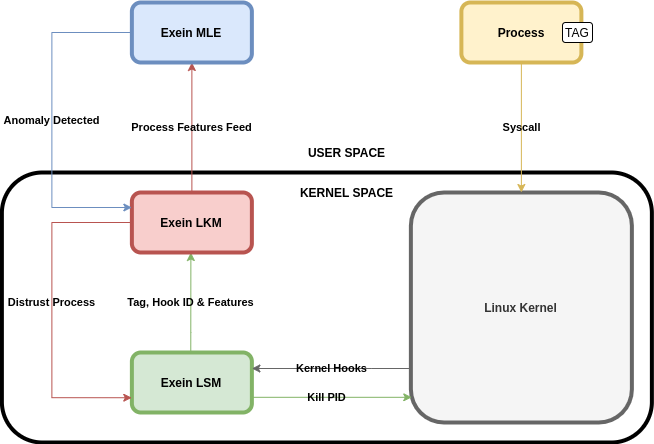
This is linux-4.14.162/docs/GeneralDiagram.png from benseshi/exein, a draw.io export, as it was before one commit. Source tidied: cells renumbered, new cells last; positions are measured from the earlier drawing's top-left corner, leaving out a move shared by most shapes.
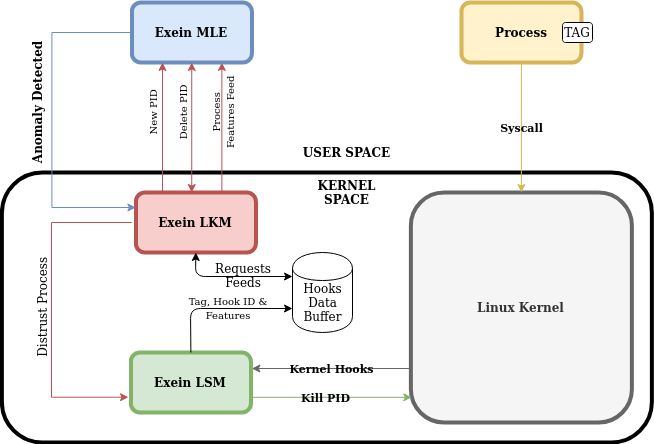
Later version of the same file.

Diff of the diagram source:
```diff
@@ -5,34 +5,26 @@
     <mxCell id="2" style="rounded=1;whiteSpace=wrap;html=1;strokeWidth=4;fontStyle=1;" parent="1" vertex="1">
       <mxGeometry x="0.4" y="170" width="650" height="270" as="geometry" />
     </mxCell>
-    <mxCell id="3" value="Tag, Hook ID &amp;amp; Features" style="edgeStyle=orthogonalEdgeStyle;rounded=0;orthogonalLoop=1;jettySize=auto;html=1;entryX=0.5;entryY=1;entryDx=0;entryDy=0;fillColor=#d5e8d4;strokeColor=#82b366;fontStyle=1;labelBackgroundColor=none;" parent="1" edge="1">
-      <mxGeometry relative="1" as="geometry">
-        <mxPoint x="189.3" y="350" as="sourcePoint" />
-        <mxPoint x="189.4" y="250" as="targetPoint" />
-        <Array as="points">
-          <mxPoint x="189.4" y="330" />
-          <mxPoint x="189.4" y="330" />
-        </Array>
-      </mxGeometry>
-    </mxCell>
     <mxCell id="4" value="Exein LSM" style="rounded=1;whiteSpace=wrap;html=1;strokeWidth=4;fillColor=#d5e8d4;strokeColor=#82b366;fontStyle=1;" parent="1" vertex="1">
-      <mxGeometry x="130.4" y="350" width="120" height="60" as="geometry" />
+      <mxGeometry x="129.4" y="350" width="120" height="60" as="geometry" />
     </mxCell>
-    <mxCell id="5" value="Process Features Feed" style="edgeStyle=orthogonalEdgeStyle;rounded=0;jettySize=auto;html=1;entryX=0.5;entryY=1;entryDx=0;entryDy=0;fillColor=#f8cecc;strokeColor=#b85450;fontStyle=1;labelBackgroundColor=none;" parent="1" edge="1" source="7" target="14">
-      <mxGeometry relative="1" as="geometry" />
+    <mxCell id="5" value="&lt;div&gt;&lt;br&gt;&lt;/div&gt;&lt;div&gt;&lt;br&gt;&lt;/div&gt;" style="edgeStyle=orthogonalEdgeStyle;rounded=0;orthogonalLoop=1;jettySize=auto;html=1;entryX=0.75;entryY=1;entryDx=0;entryDy=0;fillColor=#f8cecc;strokeColor=#b85450;fontStyle=1;labelBackgroundColor=none;exitX=0.75;exitY=0;exitDx=0;exitDy=0;" parent="1" edge="1">
+      <mxGeometry x="0.23" y="-101" relative="1" as="geometry">
+        <mxPoint x="220.4" y="190" as="sourcePoint" />
+        <mxPoint x="220.4" y="60" as="targetPoint" />
+      </mxGeometry>
     </mxCell>
-    <mxCell id="6" value="Distrust Process" style="edgeStyle=orthogonalEdgeStyle;rounded=0;orthogonalLoop=1;jettySize=auto;html=1;startArrow=none;startFill=0;endArrow=classic;endFill=1;exitX=0;exitY=0.5;exitDx=0;exitDy=0;entryX=0;entryY=0.75;entryDx=0;entryDy=0;fillColor=#f8cecc;strokeColor=#b85450;fontStyle=1;labelBackgroundColor=none;" parent="1" edge="1">
+    <mxCell id="6" style="edgeStyle=orthogonalEdgeStyle;rounded=0;jettySize=auto;html=1;startArrow=none;startFill=0;endArrow=classic;endFill=1;exitX=0;exitY=0.5;exitDx=0;exitDy=0;entryX=-0.02;entryY=0.745;entryDx=0;entryDy=0;fillColor=#f8cecc;strokeColor=#b85450;fontStyle=1;labelBackgroundColor=none;entryPerimeter=0;" parent="1" edge="1" target="4">
       <mxGeometry x="-0.05" relative="1" as="geometry">
         <mxPoint x="130.3" y="220" as="sourcePoint" />
-        <mxPoint x="130.3" y="395.2" as="targetPoint" />
         <Array as="points">
-          <mxPoint x="50.4" y="220" />
-          <mxPoint x="50.4" y="395" />
+          <mxPoint x="50" y="220" />
+          <mxPoint x="50" y="395" />
         </Array>
       </mxGeometry>
     </mxCell>
     <mxCell id="7" value="Exein LKM" style="rounded=1;whiteSpace=wrap;html=1;strokeWidth=4;fillColor=#f8cecc;strokeColor=#b85450;fontStyle=1;" parent="1" vertex="1">
-      <mxGeometry x="130.4" y="190" width="120" height="60" as="geometry" />
+      <mxGeometry x="134.4" y="190" width="120" height="60" as="geometry" />
     </mxCell>
     <mxCell id="8" value="Kernel Hooks" style="edgeStyle=orthogonalEdgeStyle;rounded=0;orthogonalLoop=1;jettySize=auto;html=1;entryX=1;entryY=0.5;entryDx=0;entryDy=0;fillColor=#f5f5f5;strokeColor=#666666;fontStyle=1;labelBackgroundColor=none;" parent="1" edge="1">
       <mxGeometry relative="1" as="geometry">
@@ -62,7 +54,7 @@
         </Array>
       </mxGeometry>
     </mxCell>
-    <mxCell id="13" value="Anomaly Detected" style="edgeStyle=orthogonalEdgeStyle;rounded=0;jettySize=auto;html=1;entryX=0;entryY=0.25;entryDx=0;entryDy=0;startArrow=none;startFill=0;endArrow=classic;endFill=1;exitX=0;exitY=0.5;exitDx=0;exitDy=0;fillColor=#dae8fc;strokeColor=#6c8ebf;fontStyle=1;labelBackgroundColor=none;" parent="1" edge="1" source="14" target="7">
+    <mxCell id="13" style="edgeStyle=orthogonalEdgeStyle;rounded=0;jettySize=auto;html=1;entryX=0;entryY=0.25;entryDx=0;entryDy=0;startArrow=none;startFill=0;endArrow=classic;endFill=1;exitX=0;exitY=0.5;exitDx=0;exitDy=0;fillColor=#dae8fc;strokeColor=#6c8ebf;fontStyle=1;labelBackgroundColor=none;" parent="1" edge="1" source="14" target="7">
       <mxGeometry relative="1" as="geometry">
         <Array as="points">
           <mxPoint x="50.4" y="30" />
@@ -82,5 +74,58 @@
     <mxCell id="17" value="TAG" style="rounded=1;whiteSpace=wrap;html=1;strokeWidth=1;" parent="1" vertex="1">
       <mxGeometry x="561" y="20" width="30" height="20" as="geometry" />
     </mxCell>
+    <mxCell id="18" value="&lt;div&gt;&lt;font style=&quot;font-size: 10px&quot;&gt;Process &lt;br&gt;&lt;/font&gt;&lt;/div&gt;&lt;div&gt;&lt;font style=&quot;font-size: 10px&quot;&gt;Features Feed&lt;/font&gt;&lt;/div&gt;" style="text;html=1;strokeColor=none;fillColor=none;align=center;verticalAlign=middle;whiteSpace=wrap;rounded=0;rotation=-90;" parent="1" vertex="1">
+      <mxGeometry x="181" y="100" width="79.7" height="20" as="geometry" />
+    </mxCell>
+    <mxCell id="19" value="&lt;div&gt;&lt;br&gt;&lt;/div&gt;&lt;div&gt;&lt;br&gt;&lt;/div&gt;" style="edgeStyle=orthogonalEdgeStyle;rounded=0;orthogonalLoop=1;jettySize=auto;html=1;entryX=0.5;entryY=1;entryDx=0;entryDy=0;fillColor=#f8cecc;strokeColor=#b85450;fontStyle=1;labelBackgroundColor=none;" parent="1" edge="1">
+      <mxGeometry x="0.23" y="-101" relative="1" as="geometry">
+        <mxPoint x="161" y="190" as="sourcePoint" />
+        <mxPoint x="161" y="60" as="targetPoint" />
+      </mxGeometry>
+    </mxCell>
+    <mxCell id="20" value="&lt;div&gt;&lt;br&gt;&lt;/div&gt;&lt;div&gt;&lt;br&gt;&lt;/div&gt;" style="edgeStyle=orthogonalEdgeStyle;rounded=0;orthogonalLoop=1;jettySize=auto;html=1;entryX=0.5;entryY=1;entryDx=0;entryDy=0;fillColor=#f8cecc;strokeColor=#b85450;fontStyle=1;labelBackgroundColor=none;startArrow=classic;startFill=1;" parent="1" edge="1">
+      <mxGeometry x="0.23" y="-101" relative="1" as="geometry">
+        <mxPoint x="190.2" y="190" as="sourcePoint" />
+        <mxPoint x="190.2" y="60" as="targetPoint" />
+      </mxGeometry>
+    </mxCell>
+    <mxCell id="21" value="&lt;font style=&quot;font-size: 10px&quot;&gt;New PID&lt;/font&gt;" style="text;html=1;strokeColor=none;fillColor=none;align=center;verticalAlign=middle;whiteSpace=wrap;rounded=0;rotation=-90;" parent="1" vertex="1">
+      <mxGeometry x="111" y="100" width="79.7" height="20" as="geometry" />
+    </mxCell>
+    <mxCell id="22" value="&lt;div&gt;&lt;font style=&quot;font-size: 10px&quot;&gt;Delete PID&lt;/font&gt;&lt;/div&gt;" style="text;html=1;strokeColor=none;fillColor=none;align=center;verticalAlign=middle;whiteSpace=wrap;rounded=0;rotation=-90;" parent="1" vertex="1">
+      <mxGeometry x="141" y="100" width="79.7" height="20" as="geometry" />
+    </mxCell>
+    <mxCell id="23" value="&lt;b&gt;Anomaly Detected&lt;/b&gt;" style="text;html=1;strokeColor=none;fillColor=none;align=center;verticalAlign=middle;whiteSpace=wrap;rounded=0;rotation=-90;" parent="1" vertex="1">
+      <mxGeometry x="-39" y="90" width="150" height="20" as="geometry" />
+    </mxCell>
+    <mxCell id="24" value="Distrust Process" style="text;html=1;strokeColor=none;fillColor=none;align=center;verticalAlign=middle;whiteSpace=wrap;rounded=0;rotation=-90;" parent="1" vertex="1">
+      <mxGeometry x="-19" y="295" width="120.7" height="20" as="geometry" />
+    </mxCell>
+    <mxCell id="3" value="&lt;div&gt;&lt;font style=&quot;font-size: 10px&quot;&gt;Tag, Hook ID &amp;amp; &lt;br&gt;&lt;/font&gt;&lt;/div&gt;&lt;div&gt;&lt;font style=&quot;font-size: 10px&quot;&gt;Features&lt;/font&gt;&lt;/div&gt;" style="text;html=1;strokeColor=none;fillColor=none;align=center;verticalAlign=middle;whiteSpace=wrap;rounded=0;rotation=0;" parent="1" vertex="1">
+      <mxGeometry x="151" y="295" width="151.6" height="20" as="geometry" />
+    </mxCell>
+    <mxCell id="25" style="shape=cylinder;whiteSpace=wrap;html=1;boundedLbl=1;backgroundOutline=1;" parent="1" vertex="1">
+      <mxGeometry x="291" y="250" width="60" height="80" as="geometry" />
+    </mxCell>
+    <mxCell id="26" style="endArrow=classic;html=1;exitX=0.5;exitY=0;exitDx=0;exitDy=0;entryX=0;entryY=0.7;entryDx=0;entryDy=0;" parent="1" edge="1" source="4" target="25">
+      <mxGeometry relative="1" as="geometry">
+        <Array as="points">
+          <mxPoint x="189" y="306" />
+        </Array>
+      </mxGeometry>
+    </mxCell>
+    <mxCell id="27" style="endArrow=classic;html=1;exitX=0;exitY=0.3;exitDx=0;exitDy=0;entryX=0.5;entryY=1;entryDx=0;entryDy=0;startArrow=classic;startFill=1;" parent="1" edge="1" source="25" target="7">
+      <mxGeometry relative="1" as="geometry">
+        <Array as="points">
+          <mxPoint x="194" y="274" />
+        </Array>
+      </mxGeometry>
+    </mxCell>
+    <mxCell id="28" value="&lt;div&gt;Requests&lt;/div&gt;&lt;div&gt;Feeds&lt;br&gt;&lt;/div&gt;" style="text;html=1;strokeColor=none;fillColor=none;align=center;verticalAlign=middle;whiteSpace=wrap;rounded=0;rotation=0;" parent="1" vertex="1">
+      <mxGeometry x="211" y="263" width="61.9" height="20" as="geometry" />
+    </mxCell>
+    <mxCell id="29" value="Hooks&lt;br&gt;&lt;div&gt;Data&lt;/div&gt;&lt;div&gt;Buffer&lt;br&gt;&lt;/div&gt;" style="text;html=1;align=center;verticalAlign=middle;" parent="1" vertex="1">
+      <mxGeometry x="296" y="275" width="50" height="50" as="geometry" />
+    </mxCell>
   </root>
 </mxGraphModel>
```
